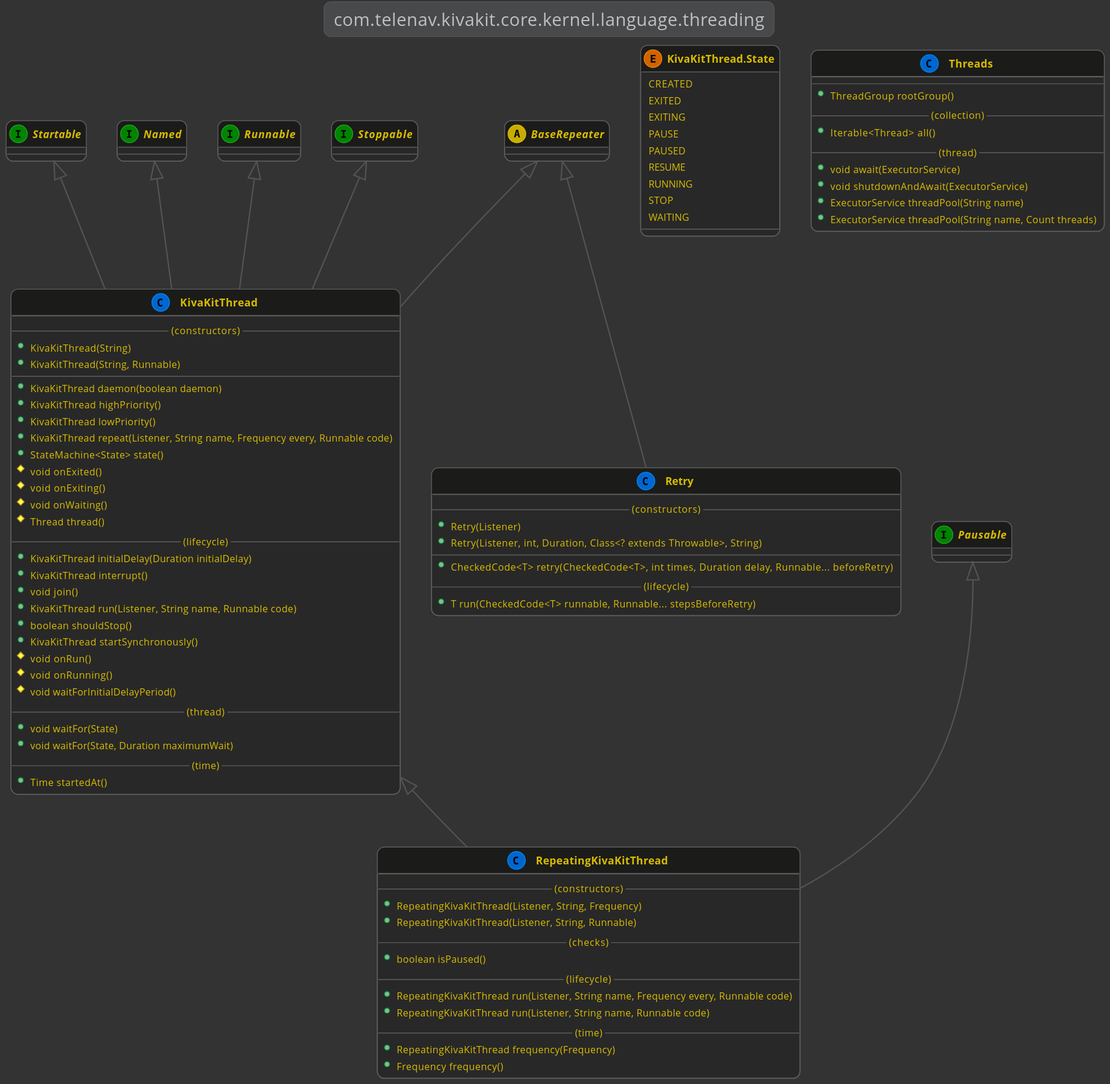
Earlier version of the PlantUML export kivakit-core/kernel/documentation/diagrams/com.telenav.kivakit.core.kernel.language.threading.svg (Telenav/kivakit).
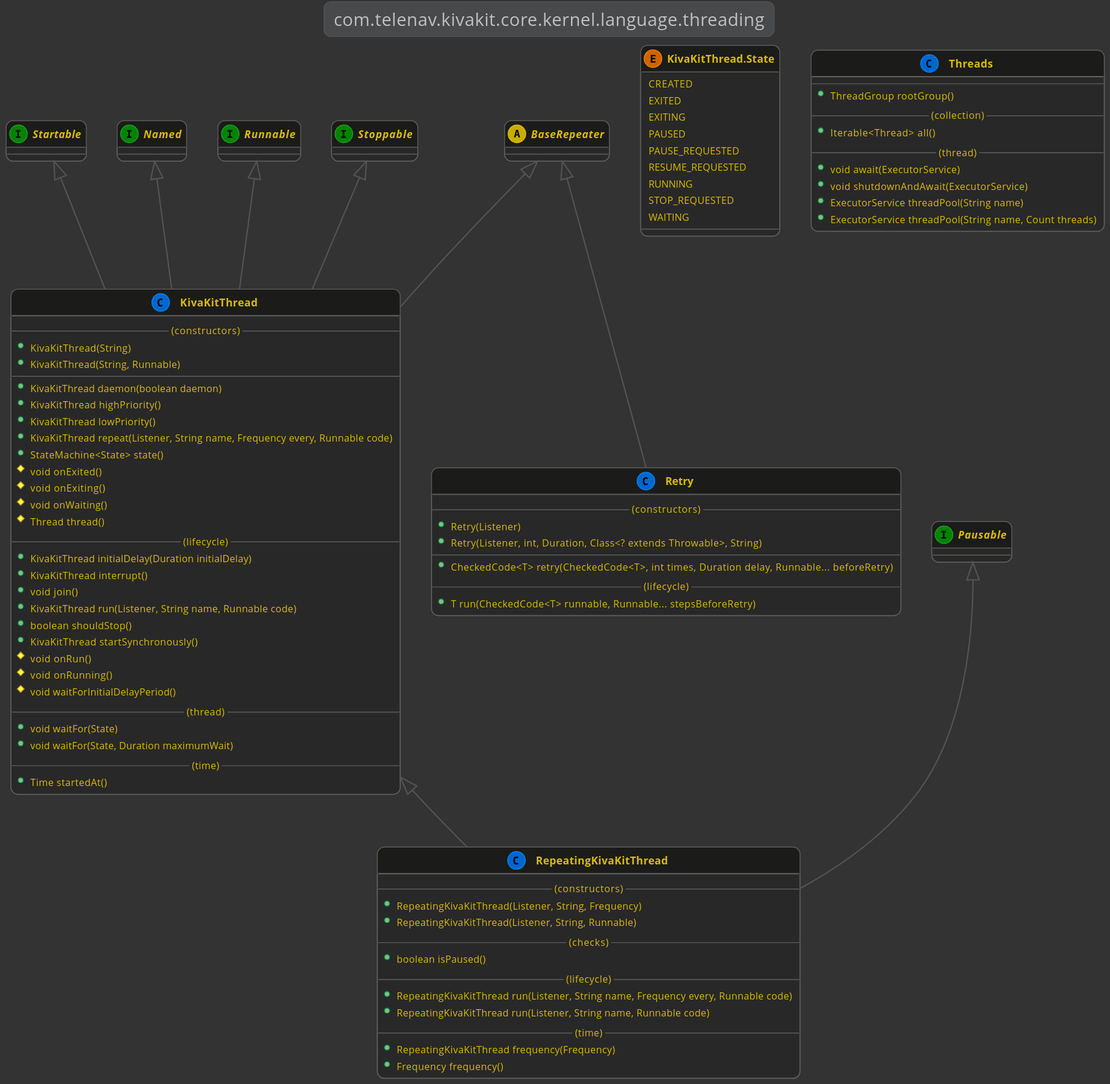
After the change.

Diff of the diagram source:
```diff
@@ -83,11 +83,11 @@
         CREATED
         EXITED
         EXITING
-        PAUSE
         PAUSED
-        RESUME
+        PAUSE_REQUESTED
+        RESUME_REQUESTED
         RUNNING
-        STOP
+        STOP_REQUESTED
         WAITING
     }
 
```
